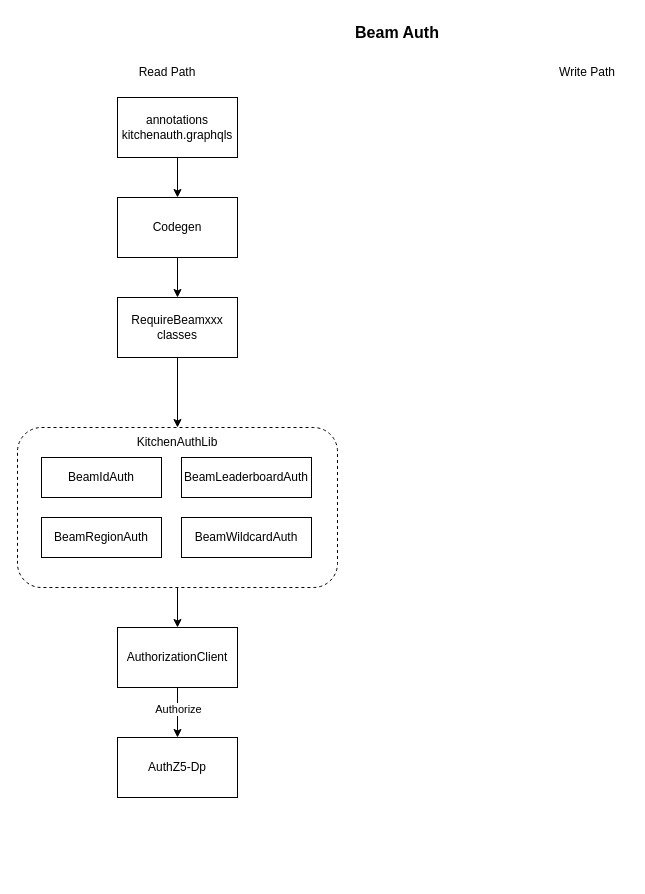
Above: KitchenAuth+BeamAuth.drawio in evagle/awesome (draw.io), before the change. Source tidied: cells renumbered, new cells numbered last; positions are measured from the earlier drawing's top-left corner, leaving out a move shared by most shapes. Both pictures are drawn from the tidied source at 100%, with x=0, y=0 at pixel (17, 17).
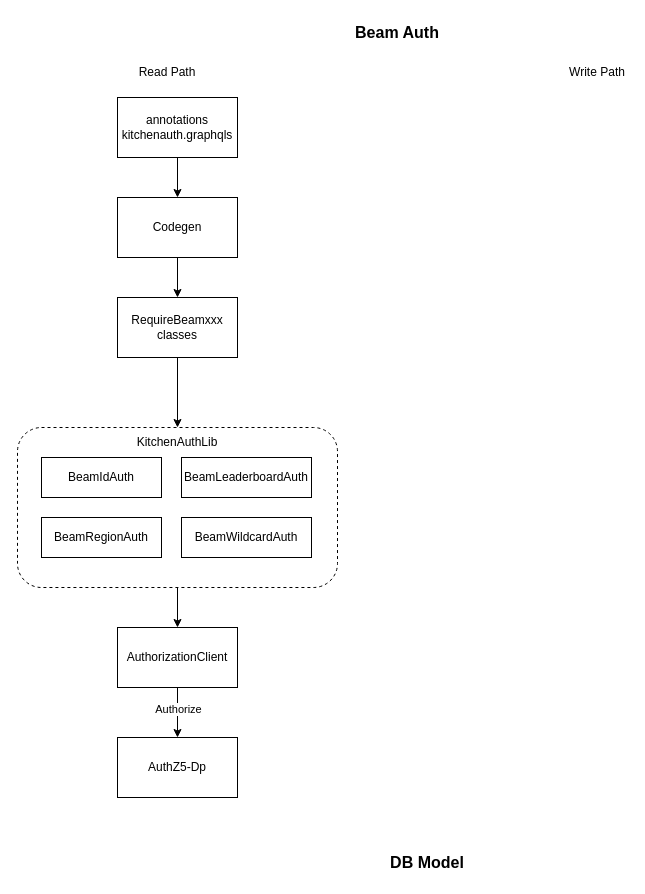
The same page after the edit.

The edit, as a diff of the source:
```diff
@@
     <mxCell id="21" value="Write Path" style="text;html=1;strokeColor=none;fillColor=none;align=center;verticalAlign=middle;whiteSpace=wrap;rounded=0;" parent="1" vertex="1">
-      <mxGeometry x="540" y="40" width="60" height="30" as="geometry" />
+      <mxGeometry x="550" y="40" width="60" height="30" as="geometry" />
     </mxCell>
+    <mxCell id="22" value="&lt;b&gt;&lt;font style=&quot;font-size: 16px;&quot;&gt;DB Model&lt;/font&gt;&lt;/b&gt;" style="text;html=1;strokeColor=none;fillColor=none;align=center;verticalAlign=middle;whiteSpace=wrap;rounded=0;" parent="1" vertex="1">
+      <mxGeometry x="320" y="830" width="180" height="30" as="geometry" />
+    </mxCell>
```
